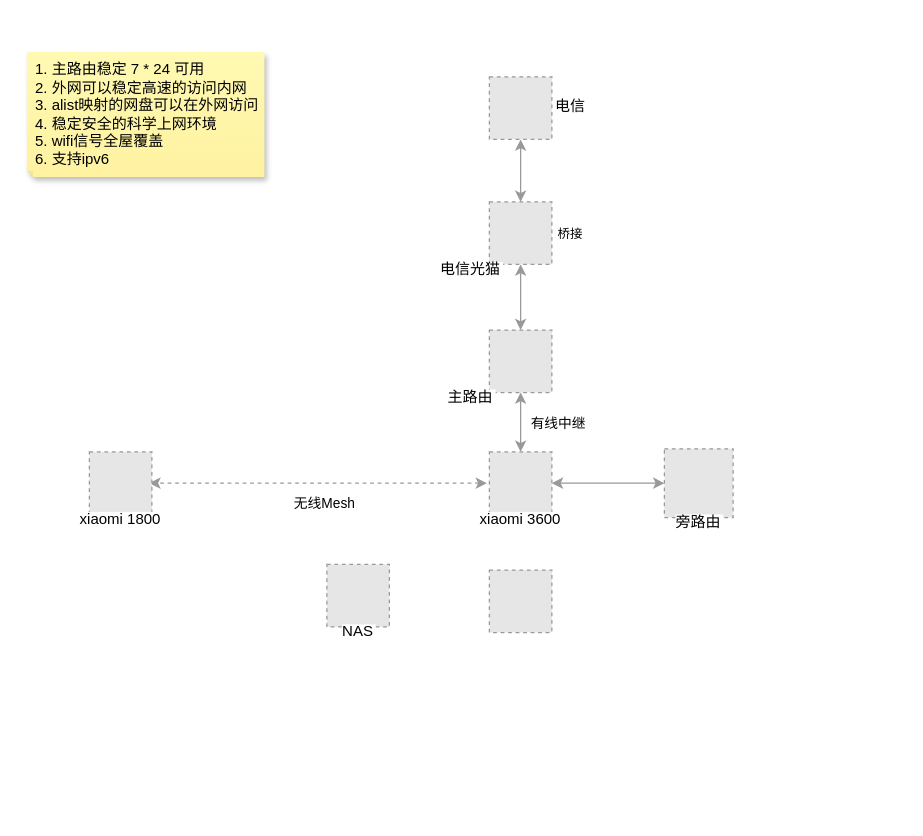
quboqin/drawio keeps this draw.io diagram as page "Smart Home" (6 of 6) of openwrt.drawio. Above is the earlier version. Source tidied: cells renumbered, new cells numbered last; positions are measured from the earlier drawing's top-left corner, leaving out a move shared by most shapes. Both pictures are drawn from the tidied source at 125%, with x=0, y=0 at pixel (26, 51). Pictures stored in the file or linked from it are replaced by grey dashed boxes.
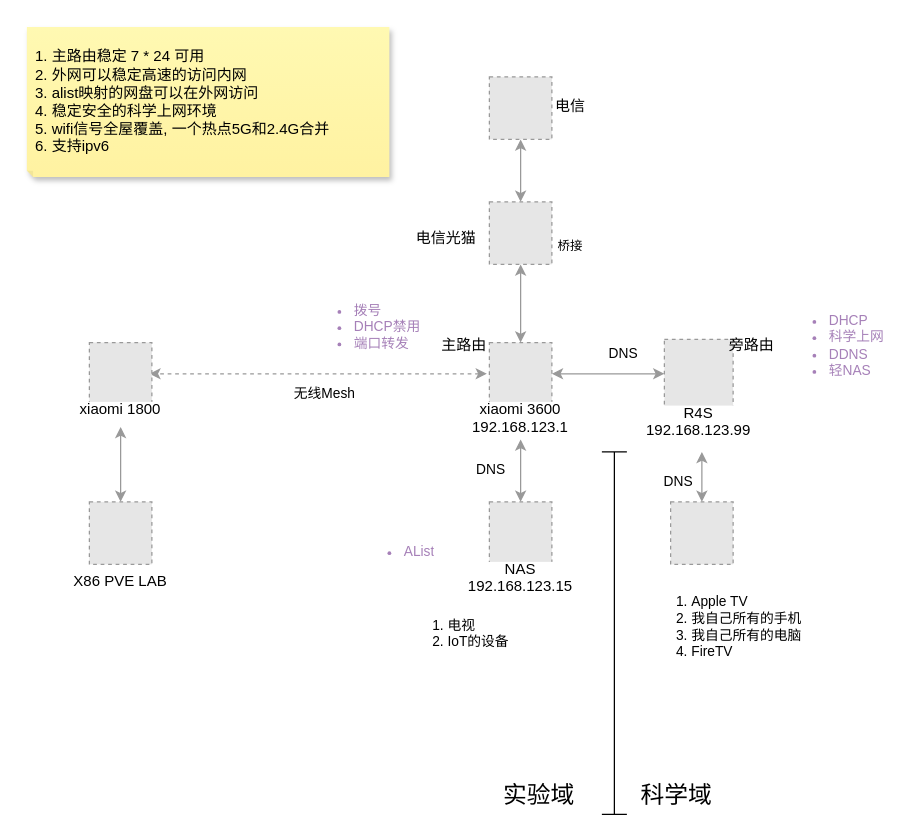
The same diagram, later.

Unchanged cells that the change refers to:
```xml
<mxCell id="6" style="edgeStyle=orthogonalEdgeStyle;rounded=0;jettySize=auto;html=1;startArrow=classic;startFill=1;strokeColor=#999999;exitX=1;exitY=0.5;exitDx=0;exitDy=0;" parent="1" edge="1" source="12" target="9">
  <mxGeometry relative="1" as="geometry" />
</mxCell>
```

Change to the diagram source:
```diff
@@
-    <mxCell id="4" style="edgeStyle=orthogonalEdgeStyle;rounded=0;jettySize=auto;html=1;entryX=0.5;entryY=0;entryDx=0;entryDy=0;startArrow=classic;startFill=1;strokeColor=#999999;" parent="1" edge="1" source="5" target="8">
-      <mxGeometry relative="1" as="geometry" />
-    </mxCell>
-    <mxCell id="5" value="电信光猫" style="fillColor=#E6E6E6;strokeColor=#999999;dashed=1;verticalLabelPosition=bottom;labelBackgroundColor=default;verticalAlign=top;spacingTop=-10;spacingLeft=-80;" parent="1" vertex="1">
+    <mxCell id="5" value="电信光猫" style="fillColor=#E6E6E6;strokeColor=#999999;dashed=1;verticalLabelPosition=bottom;labelBackgroundColor=default;verticalAlign=top;spacingTop=-35;spacingLeft=-120;html=1;" parent="1" vertex="1">
       <mxGeometry x="370" y="120" width="50" height="50" as="geometry" />
     </mxCell>
@@
+    <mxCell id="18" value="DNS" style="edgeLabel;html=1;align=center;verticalAlign=middle;fontFamily=Helvetica;fontSize=11;fontColor=default;labelBackgroundColor=default;" parent="6" vertex="1">
+      <mxGeometry x="0.24" y="-1" relative="1" as="geometry">
+        <mxPoint y="-18" as="offset" />
+      </mxGeometry>
+    </mxCell>
-    <mxCell id="7" value="有线中继" style="edgeStyle=orthogonalEdgeStyle;rounded=0;jettySize=auto;html=1;entryX=0.5;entryY=0;entryDx=0;entryDy=0;startArrow=classic;startFill=1;spacingLeft=60;strokeColor=#999999;" parent="1" edge="1" source="8" target="12">
+    <mxCell id="7" style="edgeStyle=orthogonalEdgeStyle;rounded=0;jettySize=auto;html=1;entryX=0.5;entryY=0;entryDx=0;entryDy=0;startArrow=classic;startFill=1;spacingLeft=60;strokeColor=#999999;" parent="1" edge="1" source="5" target="12">
       <mxGeometry relative="1" as="geometry" />
     </mxCell>
-    <mxCell id="8" value="主路由" style="fillColor=#E6E6E6;strokeColor=#999999;dashed=1;verticalLabelPosition=bottom;labelBackgroundColor=default;verticalAlign=top;spacingTop=-10;spacingLeft=-80;" parent="1" vertex="1">
-      <mxGeometry x="370" y="222.5" width="50" height="50" as="geometry" />
-    </mxCell>
-    <mxCell id="9" value="旁路由" style="fillColor=#E6E6E6;strokeColor=#999999;dashed=1;verticalLabelPosition=bottom;labelBackgroundColor=default;verticalAlign=top;spacingTop=-10;" parent="1" vertex="1">
-      <mxGeometry x="510" y="317.5" width="55" height="55" as="geometry" />
+    <mxCell id="9" value="R4S&#10;192.168.123.99" style="fillColor=#E6E6E6;strokeColor=#999999;dashed=1;verticalLabelPosition=bottom;labelBackgroundColor=default;verticalAlign=top;spacingTop=-10;" parent="1" vertex="1">
+      <mxGeometry x="510" y="230" width="55" height="55" as="geometry" />
     </mxCell>
     <mxCell id="10" style="edgeStyle=orthogonalEdgeStyle;rounded=0;orthogonalLoop=1;jettySize=auto;html=1;entryX=1;entryY=0.5;entryDx=0;entryDy=0;dashed=1;startArrow=classic;startFill=1;spacingTop=0;spacingBottom=20;spacingLeft=0;verticalAlign=top;strokeColor=#999999;" parent="1" edge="1">
       <mxGeometry relative="1" as="geometry">
-        <mxPoint x="368" y="345" as="sourcePoint" />
-        <mxPoint x="98" y="345" as="targetPoint" />
+        <mxPoint x="368" y="257.5" as="sourcePoint" />
+        <mxPoint x="98" y="257.5" as="targetPoint" />
       </mxGeometry>
     </mxCell>
@@
-    <mxCell id="12" value="xiaomi 3600" style="fillColor=#E6E6E6;strokeColor=#999999;dashed=1;verticalLabelPosition=bottom;labelBackgroundColor=default;verticalAlign=top;spacingTop=-10;" parent="1" vertex="1">
-      <mxGeometry x="370" y="320" width="50" height="50" as="geometry" />
+    <mxCell id="12" value="xiaomi 3600&#10;192.168.123.1" style="fillColor=#E6E6E6;strokeColor=#999999;dashed=1;verticalLabelPosition=bottom;labelBackgroundColor=default;verticalAlign=top;spacingTop=-10;" parent="1" vertex="1">
+      <mxGeometry x="370" y="232.5" width="50" height="50" as="geometry" />
     </mxCell>
     <mxCell id="13" value="xiaomi 1800" style="fillColor=#E6E6E6;strokeColor=#999999;dashed=1;verticalLabelPosition=bottom;labelBackgroundColor=default;verticalAlign=top;spacingTop=-10;" parent="1" vertex="1">
-      <mxGeometry x="50" y="320" width="50" height="50" as="geometry" />
+      <mxGeometry x="50" y="232.5" width="50" height="50" as="geometry" />
     </mxCell>
+    <mxCell id="19" style="edgeStyle=orthogonalEdgeStyle;rounded=0;jettySize=auto;html=1;entryX=0.5;entryY=0;entryDx=0;entryDy=0;startArrow=classic;startFill=1;spacingLeft=60;strokeColor=#999999;" parent="1" edge="1" source="14">
+      <mxGeometry relative="1" as="geometry">
+        <mxPoint x="395" y="310" as="targetPoint" />
+      </mxGeometry>
+    </mxCell>
+    <mxCell id="20" value="DNS" style="edgeLabel;html=1;align=center;verticalAlign=middle;fontFamily=Helvetica;fontSize=11;fontColor=default;labelBackgroundColor=default;" parent="19" vertex="1">
+      <mxGeometry x="0.05" relative="1" as="geometry">
+        <mxPoint x="-25" as="offset" />
+      </mxGeometry>
+    </mxCell>
-    <mxCell id="14" value="NAS" style="fillColor=#E6E6E6;strokeColor=#999999;dashed=1;verticalLabelPosition=bottom;labelBackgroundColor=default;verticalAlign=top;spacingTop=-10;" parent="1" vertex="1">
-      <mxGeometry x="240" y="410" width="50" height="50" as="geometry" />
+    <mxCell id="14" value="NAS&#10;192.168.123.15" style="fillColor=#E6E6E6;strokeColor=#999999;dashed=1;verticalLabelPosition=bottom;labelBackgroundColor=default;verticalAlign=top;spacingTop=-10;" parent="1" vertex="1">
+      <mxGeometry x="370" y="360" width="50" height="50" as="geometry" />
     </mxCell>
+    <mxCell id="21" style="edgeStyle=orthogonalEdgeStyle;shape=connector;rounded=0;jettySize=auto;html=1;strokeColor=#999999;align=center;verticalAlign=middle;spacingLeft=60;fontFamily=Helvetica;fontSize=11;fontColor=default;labelBackgroundColor=default;startArrow=classic;startFill=1;endArrow=classic;" parent="1" edge="1" source="15">
+      <mxGeometry relative="1" as="geometry">
+        <mxPoint x="540" y="320" as="targetPoint" />
+      </mxGeometry>
+    </mxCell>
+    <mxCell id="22" value="DNS" style="edgeLabel;html=1;align=center;verticalAlign=middle;fontFamily=Helvetica;fontSize=11;fontColor=default;labelBackgroundColor=default;" parent="21" vertex="1">
+      <mxGeometry x="0.46" relative="1" as="geometry">
+        <mxPoint x="-20" y="13" as="offset" />
+      </mxGeometry>
+    </mxCell>
     <mxCell id="15" style="fillColor=#E6E6E6;strokeColor=#999999;dashed=1;verticalLabelPosition=bottom;labelBackgroundColor=default;verticalAlign=top;" parent="1" vertex="1">
-      <mxGeometry x="370" y="414.5" width="50" height="50" as="geometry" />
+      <mxGeometry x="515" y="360" width="50" height="50" as="geometry" />
     </mxCell>
-    <mxCell id="16" value="&lt;span style=&quot;background-color: transparent; color: light-dark(rgb(0, 0, 0), rgb(237, 237, 237));&quot;&gt;1. 主路由稳定 7 * 24 可用&lt;/span&gt;&lt;br&gt;&lt;span style=&quot;background-color: transparent; color: light-dark(rgb(0, 0, 0), rgb(237, 237, 237));&quot;&gt;2. 外网可以稳定高速的访问内网&lt;/span&gt;&lt;div&gt;&lt;span style=&quot;background-color: transparent; color: light-dark(rgb(0, 0, 0), rgb(237, 237, 237));&quot;&gt;3. alist映射的网盘可以在外网访问&lt;/span&gt;&lt;/div&gt;&lt;div&gt;&lt;span style=&quot;background-color: transparent; color: light-dark(rgb(0, 0, 0), rgb(237, 237, 237));&quot;&gt;4. 稳定安全的科学上网环境&lt;/span&gt;&lt;/div&gt;&lt;div&gt;&lt;span style=&quot;background-color: transparent; color: light-dark(rgb(0, 0, 0), rgb(237, 237, 237));&quot;&gt;5. wifi信号全屋覆盖&lt;/span&gt;&lt;/div&gt;&lt;div&gt;&lt;span style=&quot;background-color: transparent; color: light-dark(rgb(0, 0, 0), rgb(237, 237, 237));&quot;&gt;6. 支持ipv6&lt;/span&gt;&lt;/div&gt;" style="shape=note;whiteSpace=wrap;html=1;backgroundOutline=1;fontColor=#000000;darkOpacity=0.05;fillColor=#FFF9B2;strokeColor=none;fillStyle=solid;direction=west;gradientDirection=north;gradientColor=#FFF2A1;shadow=1;size=5;align=left;spacingLeft=5;" parent="1" vertex="1">
-      <mxGeometry width="190" height="100" as="geometry" />
+    <mxCell id="16" value="&lt;span style=&quot;background-color: transparent; color: light-dark(rgb(0, 0, 0), rgb(237, 237, 237));&quot;&gt;1. 主路由稳定 7 * 24 可用&lt;/span&gt;&lt;br&gt;&lt;span style=&quot;background-color: transparent; color: light-dark(rgb(0, 0, 0), rgb(237, 237, 237));&quot;&gt;2. 外网可以稳定高速的访问内网&lt;/span&gt;&lt;div&gt;&lt;span style=&quot;background-color: transparent; color: light-dark(rgb(0, 0, 0), rgb(237, 237, 237));&quot;&gt;3. alist映射的网盘可以在外网访问&lt;/span&gt;&lt;/div&gt;&lt;div&gt;&lt;span style=&quot;background-color: transparent; color: light-dark(rgb(0, 0, 0), rgb(237, 237, 237));&quot;&gt;4. 稳定安全的科学上网环境&lt;/span&gt;&lt;/div&gt;&lt;div&gt;&lt;span style=&quot;background-color: transparent; color: light-dark(rgb(0, 0, 0), rgb(237, 237, 237));&quot;&gt;5. wifi信号全屋覆盖, 一个热点5G和2.4G合并&lt;/span&gt;&lt;/div&gt;&lt;div&gt;&lt;span style=&quot;background-color: transparent; color: light-dark(rgb(0, 0, 0), rgb(237, 237, 237));&quot;&gt;6. 支持ipv6&lt;/span&gt;&lt;/div&gt;" style="shape=note;whiteSpace=wrap;html=1;backgroundOutline=1;fontColor=#000000;darkOpacity=0.05;fillColor=#FFF9B2;strokeColor=none;fillStyle=solid;direction=west;gradientDirection=north;gradientColor=#FFF2A1;shadow=1;size=5;align=left;spacingLeft=5;" parent="1" vertex="1">
+      <mxGeometry y="-20" width="290" height="120" as="geometry" />
     </mxCell>
     <mxCell id="17" value="桥接" style="text;html=1;align=center;verticalAlign=middle;whiteSpace=wrap;rounded=0;fontSize=10;" parent="1" vertex="1">
-      <mxGeometry x="410" y="130" width="50" height="30" as="geometry" />
+      <mxGeometry x="410" y="140" width="50" height="30" as="geometry" />
     </mxCell>
+    <mxCell id="8" value="主路由" style="text;html=1;align=center;verticalAlign=middle;whiteSpace=wrap;rounded=0;" parent="1" vertex="1">
+      <mxGeometry x="320" y="220" width="60" height="30" as="geometry" />
+    </mxCell>
+    <mxCell id="23" value="旁路由" style="text;html=1;align=center;verticalAlign=middle;whiteSpace=wrap;rounded=0;" parent="1" vertex="1">
+      <mxGeometry x="550" y="220" width="60" height="30" as="geometry" />
+    </mxCell>
+    <mxCell id="24" value="&lt;ul&gt;&lt;li&gt;DHCP&lt;/li&gt;&lt;li&gt;科学上网&lt;/li&gt;&lt;li&gt;DDNS&lt;/li&gt;&lt;li&gt;轻NAS&lt;/li&gt;&lt;/ul&gt;" style="text;strokeColor=none;fillColor=none;html=1;whiteSpace=wrap;verticalAlign=middle;overflow=hidden;fontFamily=Helvetica;fontSize=11;fontColor=#A680B8;labelBackgroundColor=none;" parent="1" vertex="1">
+      <mxGeometry x="600" y="195" width="100" height="80" as="geometry" />
+    </mxCell>
+    <mxCell id="25" value="&lt;ul&gt;&lt;li&gt;拨号&lt;/li&gt;&lt;li&gt;DHCP禁用&lt;/li&gt;&lt;li&gt;端口转发&lt;/li&gt;&lt;/ul&gt;" style="text;strokeColor=none;fillColor=none;html=1;whiteSpace=wrap;verticalAlign=middle;overflow=hidden;fontFamily=Helvetica;fontSize=11;fontColor=#A680B8;labelBackgroundColor=none;" parent="1" vertex="1">
+      <mxGeometry x="220" y="180" width="100" height="80" as="geometry" />
+    </mxCell>
+    <mxCell id="26" value="&lt;ul&gt;&lt;li&gt;AList&lt;/li&gt;&lt;/ul&gt;" style="text;strokeColor=none;fillColor=none;html=1;whiteSpace=wrap;verticalAlign=middle;overflow=hidden;fontFamily=Helvetica;fontSize=11;fontColor=#A680B8;labelBackgroundColor=none;" parent="1" vertex="1">
+      <mxGeometry x="260" y="360" width="100" height="80" as="geometry" />
+    </mxCell>
+    <mxCell id="27" style="shape=crossbar;whiteSpace=wrap;html=1;rounded=1;direction=south;fontFamily=Helvetica;fontSize=11;fontColor=default;labelBackgroundColor=default;" parent="1" vertex="1">
+      <mxGeometry x="460" y="320" width="20" height="290" as="geometry" />
+    </mxCell>
+    <mxCell id="28" value="&lt;ol&gt;&lt;li&gt;Apple TV&lt;/li&gt;&lt;li&gt;我自己所有的手机&lt;/li&gt;&lt;li&gt;我自己所有的电脑&lt;/li&gt;&lt;li&gt;FireTV&lt;/li&gt;&lt;/ol&gt;" style="text;strokeColor=none;fillColor=none;html=1;whiteSpace=wrap;verticalAlign=middle;overflow=hidden;fontFamily=Helvetica;fontSize=11;fontColor=default;labelBackgroundColor=default;" parent="1" vertex="1">
+      <mxGeometry x="490" y="420" width="170" height="80" as="geometry" />
+    </mxCell>
+    <mxCell id="29" value="&lt;ol&gt;&lt;li&gt;电视&lt;/li&gt;&lt;li&gt;IoT的设备&lt;/li&gt;&lt;/ol&gt;" style="text;strokeColor=none;fillColor=none;html=1;whiteSpace=wrap;verticalAlign=middle;overflow=hidden;fontFamily=Helvetica;fontSize=11;fontColor=default;labelBackgroundColor=default;" parent="1" vertex="1">
+      <mxGeometry x="295" y="439" width="125" height="50" as="geometry" />
+    </mxCell>
+    <mxCell id="30" value="科学域" style="text;html=1;align=center;verticalAlign=middle;whiteSpace=wrap;rounded=0;fontFamily=Helvetica;fontSize=19;fontColor=default;labelBackgroundColor=default;" parent="1" vertex="1">
+      <mxGeometry x="490" y="580" width="60" height="30" as="geometry" />
+    </mxCell>
+    <mxCell id="31" value="实验域" style="text;html=1;align=center;verticalAlign=middle;whiteSpace=wrap;rounded=0;fontFamily=Helvetica;fontSize=19;fontColor=default;labelBackgroundColor=default;" parent="1" vertex="1">
+      <mxGeometry x="380" y="580" width="60" height="30" as="geometry" />
+    </mxCell>
+    <mxCell id="32" style="edgeStyle=orthogonalEdgeStyle;shape=connector;rounded=0;jettySize=auto;html=1;strokeColor=#999999;align=center;verticalAlign=middle;spacingLeft=60;fontFamily=Helvetica;fontSize=11;fontColor=default;labelBackgroundColor=default;startArrow=classic;startFill=1;endArrow=classic;" parent="1" edge="1" source="33">
+      <mxGeometry relative="1" as="geometry">
+        <mxPoint x="75" y="300" as="targetPoint" />
+      </mxGeometry>
+    </mxCell>
+    <mxCell id="33" value="X86 PVE LAB" style="fillColor=#E6E6E6;strokeColor=#999999;dashed=1;verticalLabelPosition=bottom;labelBackgroundColor=default;verticalAlign=top;" parent="1" vertex="1">
+      <mxGeometry x="50" y="360" width="50" height="50" as="geometry" />
+    </mxCell>
```
